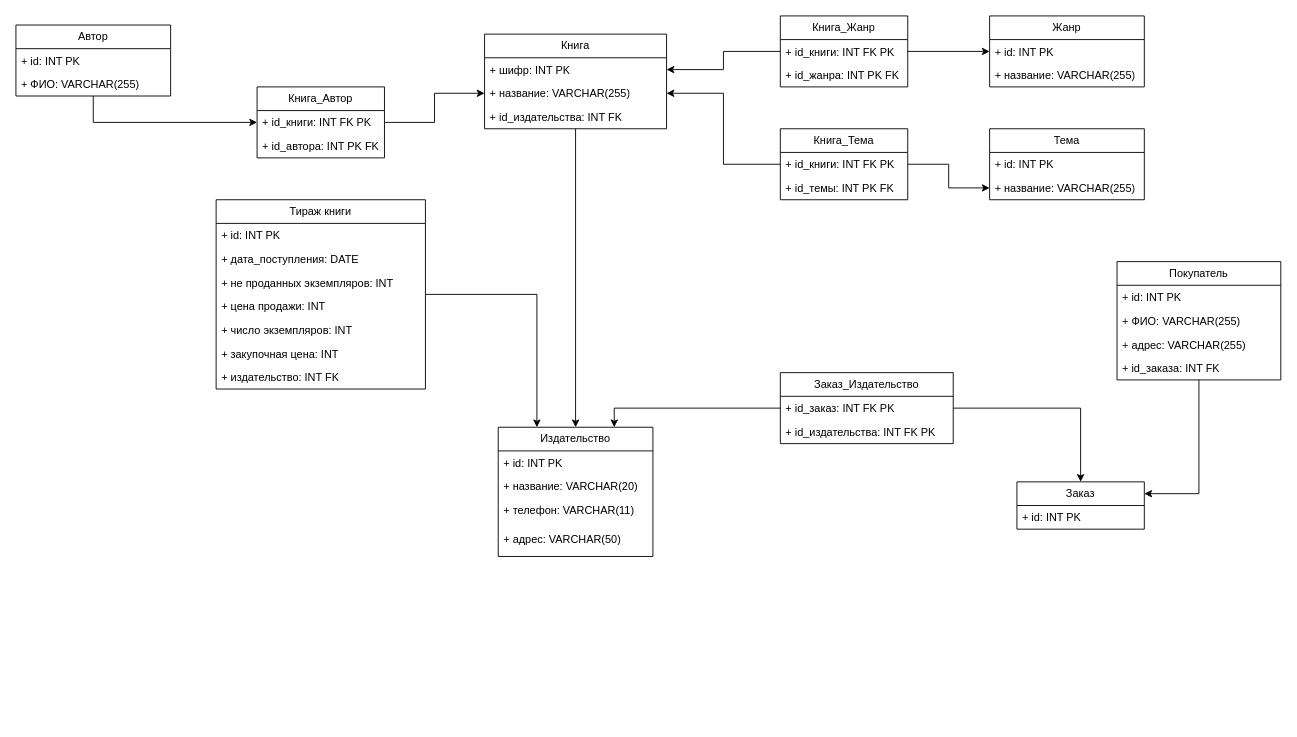
This is sources/relation_model.drawio from 202rna/sql_labs2025, a draw.io file, before an edit. Source tidied: cells renumbered, new cells numbered last; positions are measured from the earlier drawing's top-left corner, leaving out a move shared by most shapes. Both pictures are drawn from the tidied source at 91%, with x=0, y=0 at pixel (15, 15).
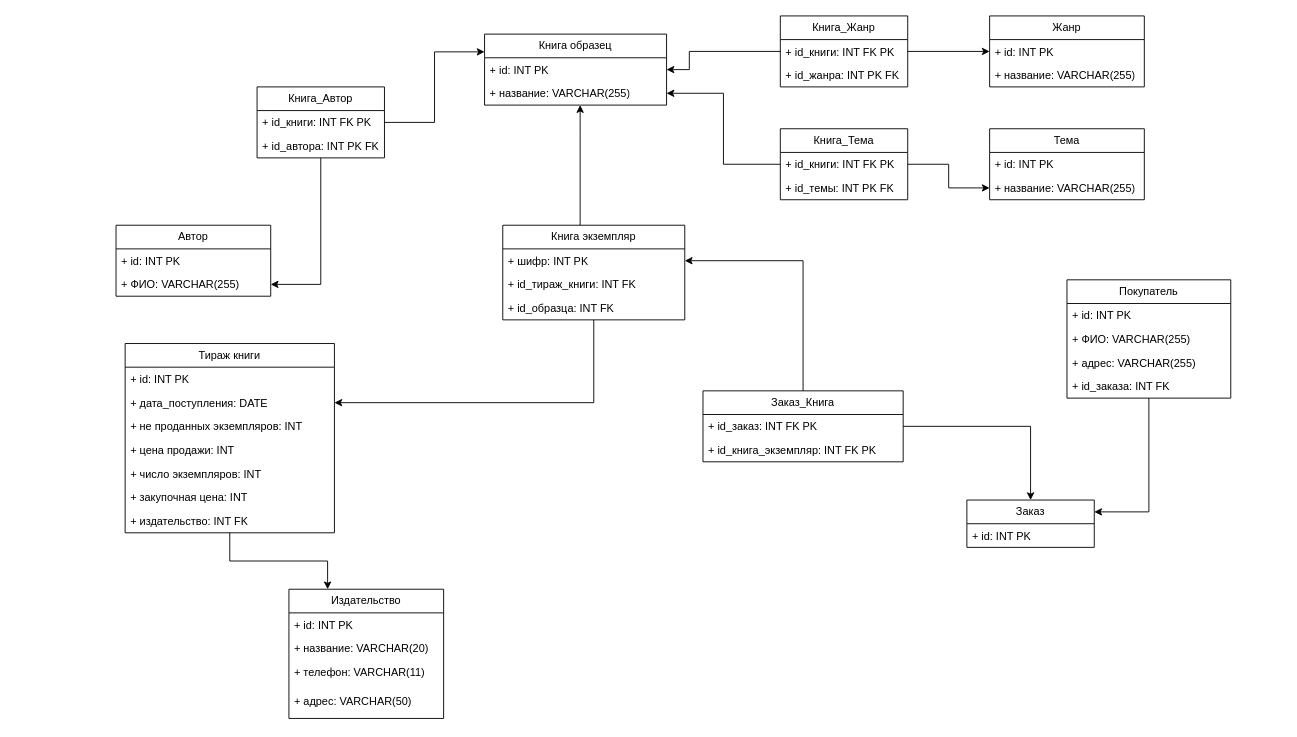
The same diagram, later.

Commit message (it also covers changes not shown here):
fix  relation model diag

The change refers to these unchanged cells:
```xml
<mxCell id="10" value="+ дата_поступления: DATE" style="text;strokeColor=none;fillColor=none;align=left;verticalAlign=top;spacingLeft=4;spacingRight=4;overflow=hidden;points=[[0,0.5],[1,0.5]];portConstraint=eastwest;whiteSpace=wrap;html=1;" parent="8" vertex="1">
  <mxGeometry y="52" width="230" height="26" as="geometry" />
</mxCell>
<mxCell id="32" value="+ название: VARCHAR(255)" style="text;strokeColor=none;fillColor=none;align=left;verticalAlign=top;spacingLeft=4;spacingRight=4;overflow=hidden;points=[[0,0.5],[1,0.5]];portConstraint=eastwest;whiteSpace=wrap;html=1;" parent="30" vertex="1">
  <mxGeometry y="52" width="200" height="26" as="geometry" />
</mxCell>
<mxCell id="43" value="+ ФИО: VARCHAR(255)" style="text;strokeColor=none;fillColor=none;align=left;verticalAlign=top;spacingLeft=4;spacingRight=4;overflow=hidden;points=[[0,0.5],[1,0.5]];portConstraint=eastwest;whiteSpace=wrap;html=1;" parent="41" vertex="1">
  <mxGeometry y="52" width="170" height="26" as="geometry" />
</mxCell>
<mxCell id="47" value="+ id_книги: INT FK PK" style="text;strokeColor=none;fillColor=none;align=left;verticalAlign=top;spacingLeft=4;spacingRight=4;overflow=hidden;points=[[0,0.5],[1,0.5]];portConstraint=eastwest;whiteSpace=wrap;html=1;" parent="46" vertex="1">
  <mxGeometry y="26" width="140" height="26" as="geometry" />
</mxCell>
<mxCell id="55" value="Книга_Автор" style="swimlane;fontStyle=0;horizontal=1;startSize=26;fillColor=none;whiteSpace=wrap;html=1;" parent="1" vertex="1">
  <mxGeometry x="265" y="78" width="140" height="78" as="geometry" />
</mxCell>
<mxCell id="56" value="+ id_книги: INT FK PK" style="text;strokeColor=none;fillColor=none;align=left;verticalAlign=top;spacingLeft=4;spacingRight=4;overflow=hidden;points=[[0,0.5],[1,0.5]];portConstraint=eastwest;whiteSpace=wrap;html=1;" parent="55" vertex="1">
  <mxGeometry y="26" width="140" height="26" as="geometry" />
</mxCell>
```

Change to the diagram source:
```diff
@@
     <mxCell id="2" value="Издательство" style="swimlane;fontStyle=0;horizontal=1;startSize=26;fillColor=none;whiteSpace=wrap;html=1;" parent="1" vertex="1">
-      <mxGeometry x="530" y="452" width="170" height="142" as="geometry" />
+      <mxGeometry x="300" y="630" width="170" height="142" as="geometry" />
     </mxCell>
@@
     <mxCell id="8" value="Тираж книги" style="swimlane;fontStyle=0;horizontal=1;startSize=26;fillColor=none;whiteSpace=wrap;html=1;" parent="1" vertex="1">
-      <mxGeometry x="220" y="202" width="230" height="208" as="geometry" />
+      <mxGeometry x="120" y="360" width="230" height="208" as="geometry" />
     </mxCell>
@@
     <mxCell id="16" value="Заказ" style="swimlane;fontStyle=0;horizontal=1;startSize=26;fillColor=none;whiteSpace=wrap;html=1;" parent="1" vertex="1">
-      <mxGeometry x="1100" y="512" width="140" height="52" as="geometry" />
+      <mxGeometry x="1045" y="532" width="140" height="52" as="geometry" />
     </mxCell>
@@
-    <mxCell id="18" style="edgeStyle=orthogonalEdgeStyle;rounded=0;jettySize=auto;html=1;entryX=0.75;entryY=0;entryDx=0;entryDy=0;" parent="1" edge="1" source="19" target="2">
-      <mxGeometry relative="1" as="geometry" />
-    </mxCell>
+    <mxCell id="58" style="edgeStyle=orthogonalEdgeStyle;rounded=0;jettySize=auto;html=1;entryX=1;entryY=0.5;entryDx=0;entryDy=0;" parent="1" edge="1" source="19" target="31">
+      <mxGeometry relative="1" as="geometry" />
+    </mxCell>
-    <mxCell id="19" value="Заказ_Издательство" style="swimlane;fontStyle=0;horizontal=1;startSize=26;fillColor=none;whiteSpace=wrap;html=1;" parent="1" vertex="1">
-      <mxGeometry x="840" y="392" width="190" height="78" as="geometry" />
+    <mxCell id="19" value="Заказ_Книга" style="swimlane;fontStyle=0;horizontal=1;startSize=26;fillColor=none;whiteSpace=wrap;html=1;" parent="1" vertex="1">
+      <mxGeometry x="755" y="412" width="220" height="78" as="geometry" />
     </mxCell>
     <mxCell id="20" value="+ id_заказ: INT FK PK" style="text;strokeColor=none;fillColor=none;align=left;verticalAlign=top;spacingLeft=4;spacingRight=4;overflow=hidden;points=[[0,0.5],[1,0.5]];portConstraint=eastwest;whiteSpace=wrap;html=1;" parent="19" vertex="1">
-      <mxGeometry y="26" width="190" height="26" as="geometry" />
+      <mxGeometry y="26" width="220" height="26" as="geometry" />
     </mxCell>
-    <mxCell id="21" value="+ id_издательства: INT FK PK" style="text;strokeColor=none;fillColor=none;align=left;verticalAlign=top;spacingLeft=4;spacingRight=4;overflow=hidden;whiteSpace=wrap;html=1;" parent="19" vertex="1">
-      <mxGeometry y="52" width="190" height="26" as="geometry" />
+    <mxCell id="21" value="+ id_книга_экземпляр: INT FK PK" style="text;strokeColor=none;fillColor=none;align=left;verticalAlign=top;spacingLeft=4;spacingRight=4;overflow=hidden;whiteSpace=wrap;html=1;" parent="19" vertex="1">
+      <mxGeometry y="52" width="220" height="26" as="geometry" />
     </mxCell>
@@
     <mxCell id="24" value="Покупатель" style="swimlane;fontStyle=0;horizontal=1;startSize=26;fillColor=none;whiteSpace=wrap;html=1;" parent="1" vertex="1">
-      <mxGeometry x="1210" y="270" width="180" height="130" as="geometry" />
+      <mxGeometry x="1155" y="290" width="180" height="130" as="geometry" />
     </mxCell>
@@
-    <mxCell id="29" style="edgeStyle=orthogonalEdgeStyle;rounded=0;jettySize=auto;html=1;entryX=0.5;entryY=0;entryDx=0;entryDy=0;" parent="1" edge="1" source="30" target="2">
-      <mxGeometry relative="1" as="geometry" />
-    </mxCell>
-    <mxCell id="30" value="Книга" style="swimlane;fontStyle=0;horizontal=1;startSize=26;fillColor=none;whiteSpace=wrap;html=1;" parent="1" vertex="1">
-      <mxGeometry x="515" y="20" width="200" height="104" as="geometry" />
+    <mxCell id="30" value="Книга образец" style="swimlane;fontStyle=0;horizontal=1;startSize=26;fillColor=none;whiteSpace=wrap;html=1;" parent="1" vertex="1">
+      <mxGeometry x="515" y="20" width="200" height="78" as="geometry" />
     </mxCell>
-    <mxCell id="31" value="+ шифр: INT PK" style="text;strokeColor=none;fillColor=none;align=left;verticalAlign=top;spacingLeft=4;spacingRight=4;overflow=hidden;points=[[0,0.5],[1,0.5]];portConstraint=eastwest;whiteSpace=wrap;html=1;" parent="30" vertex="1">
-      <mxGeometry y="26" width="200" height="26" as="geometry" />
-    </mxCell>
+    <mxCell id="33" value="+ id: INT PK" style="text;strokeColor=none;fillColor=none;align=left;verticalAlign=top;spacingLeft=4;spacingRight=4;overflow=hidden;whiteSpace=wrap;html=1;" parent="30" vertex="1">
+      <mxGeometry y="26" width="200" height="26" as="geometry" />
+    </mxCell>
@@
-    <mxCell id="33" value="+ id_издательства: INT FK" style="text;strokeColor=none;fillColor=none;align=left;verticalAlign=top;spacingLeft=4;spacingRight=4;overflow=hidden;whiteSpace=wrap;html=1;" parent="30" vertex="1">
-      <mxGeometry y="78" width="200" height="26" as="geometry" />
-    </mxCell>
@@
-    <mxCell id="40" style="edgeStyle=orthogonalEdgeStyle;rounded=0;jettySize=auto;html=1;entryX=0;entryY=0.5;entryDx=0;entryDy=0;" parent="1" edge="1" source="41" target="56">
-      <mxGeometry relative="1" as="geometry" />
-    </mxCell>
     <mxCell id="41" value="Автор" style="swimlane;fontStyle=0;horizontal=1;startSize=26;fillColor=none;whiteSpace=wrap;html=1;" parent="1" vertex="1">
-      <mxGeometry y="10" width="170" height="78" as="geometry" />
+      <mxGeometry x="110" y="230" width="170" height="78" as="geometry" />
     </mxCell>
@@
-    <mxCell id="44" style="edgeStyle=orthogonalEdgeStyle;rounded=0;jettySize=auto;html=1;entryX=1;entryY=0.5;entryDx=0;entryDy=0;exitX=0;exitY=0.5;exitDx=0;exitDy=0;" parent="1" edge="1" source="47" target="31">
-      <mxGeometry relative="1" as="geometry" />
+    <mxCell id="44" style="edgeStyle=orthogonalEdgeStyle;rounded=0;jettySize=auto;html=1;entryX=1;entryY=0.5;entryDx=0;entryDy=0;exitX=0;exitY=0.5;exitDx=0;exitDy=0;" parent="1" edge="1" source="47">
+      <mxGeometry relative="1" as="geometry">
+        <mxPoint x="715" y="59" as="targetPoint" />
+        <Array as="points">
+          <mxPoint x="740" y="39" />
+          <mxPoint x="740" y="59" />
+        </Array>
+      </mxGeometry>
     </mxCell>
@@
-    <mxCell id="54" style="edgeStyle=orthogonalEdgeStyle;rounded=0;jettySize=auto;html=1;entryX=0;entryY=0.5;entryDx=0;entryDy=0;" parent="1" edge="1" source="55" target="32">
+    <mxCell id="54" style="edgeStyle=orthogonalEdgeStyle;rounded=0;jettySize=auto;html=1;entryX=0;entryY=0.25;entryDx=0;entryDy=0;" parent="1" edge="1" source="55" target="30">
       <mxGeometry relative="1" as="geometry" />
     </mxCell>
+    <mxCell id="59" style="edgeStyle=orthogonalEdgeStyle;rounded=0;jettySize=auto;html=1;entryX=1;entryY=0.5;entryDx=0;entryDy=0;" parent="1" edge="1" source="55" target="43">
+      <mxGeometry relative="1" as="geometry" />
+    </mxCell>
@@
+    <mxCell id="60" style="edgeStyle=orthogonalEdgeStyle;rounded=0;jettySize=auto;html=1;entryX=1;entryY=0.5;entryDx=0;entryDy=0;" parent="1" edge="1" source="62" target="10">
+      <mxGeometry relative="1" as="geometry" />
+    </mxCell>
+    <mxCell id="61" style="edgeStyle=orthogonalEdgeStyle;rounded=0;jettySize=auto;html=1;" parent="1" edge="1" source="62" target="30">
+      <mxGeometry relative="1" as="geometry">
+        <Array as="points">
+          <mxPoint x="620" y="130" />
+          <mxPoint x="620" y="130" />
+        </Array>
+      </mxGeometry>
+    </mxCell>
+    <mxCell id="62" value="Книга экземпляр" style="swimlane;fontStyle=0;horizontal=1;startSize=26;fillColor=none;whiteSpace=wrap;html=1;" parent="1" vertex="1">
+      <mxGeometry x="535" y="230" width="200" height="104" as="geometry" />
+    </mxCell>
+    <mxCell id="31" value="+ шифр: INT PK" style="text;strokeColor=none;fillColor=none;align=left;verticalAlign=top;spacingLeft=4;spacingRight=4;overflow=hidden;points=[[0,0.5],[1,0.5]];portConstraint=eastwest;whiteSpace=wrap;html=1;" parent="62" vertex="1">
+      <mxGeometry y="26" width="200" height="26" as="geometry" />
+    </mxCell>
+    <mxCell id="63" value="+ id_тираж_книги: INT FK" style="text;strokeColor=none;fillColor=none;align=left;verticalAlign=top;spacingLeft=4;spacingRight=4;overflow=hidden;whiteSpace=wrap;html=1;" parent="62" vertex="1">
+      <mxGeometry y="52" width="200" height="26" as="geometry" />
+    </mxCell>
+    <mxCell id="64" value="+ id_образца: INT FK" style="text;strokeColor=none;fillColor=none;align=left;verticalAlign=top;spacingLeft=4;spacingRight=4;overflow=hidden;whiteSpace=wrap;html=1;" parent="62" vertex="1">
+      <mxGeometry y="78" width="200" height="26" as="geometry" />
+    </mxCell>
```
